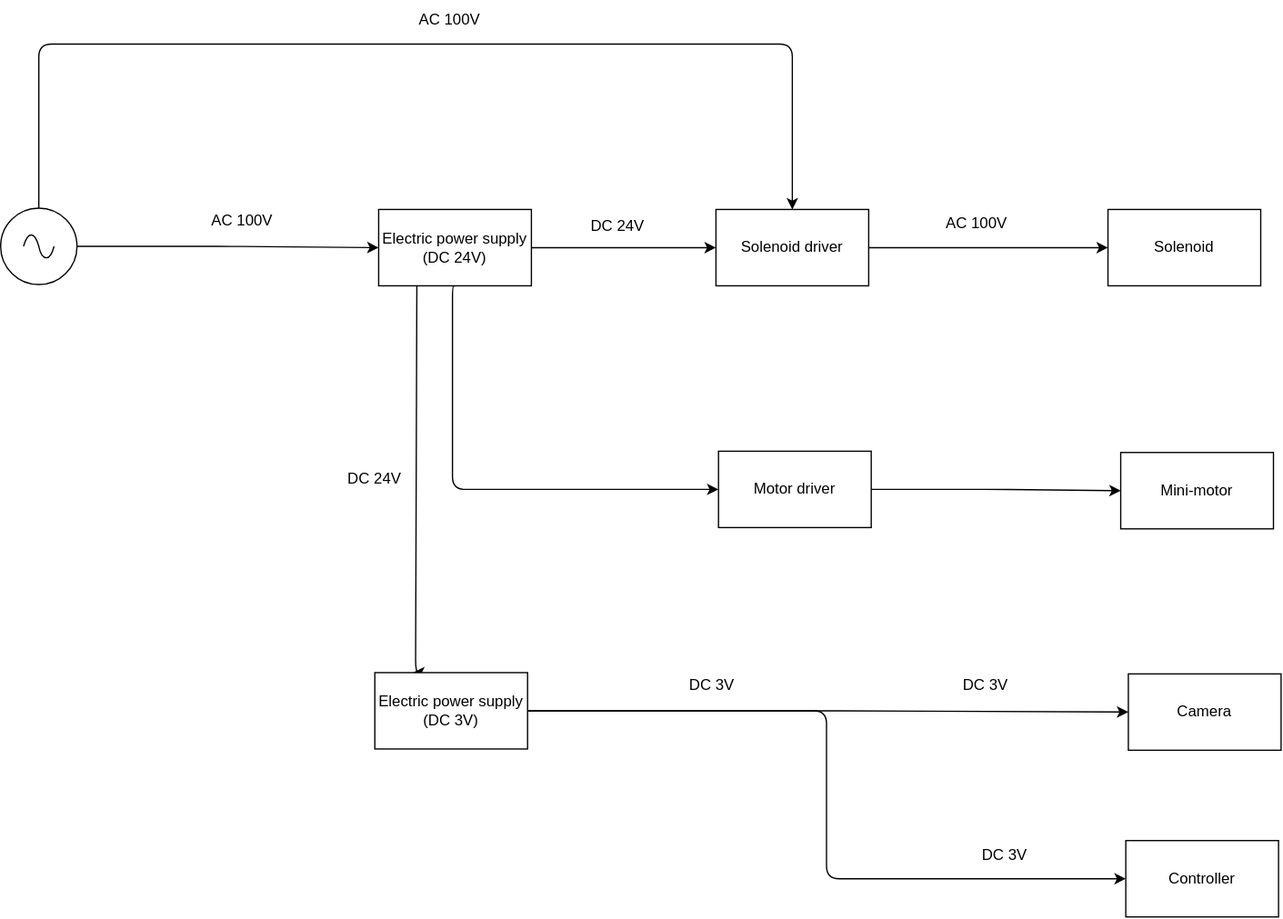
Before: diagrams/electric/one_line/2A-00001.00.00_whole.drawio.svg, a diagram exported from draw.io (sakairi-nobuyuki/Yamamiya_3PM_pjk). Source tidied: cells renumbered, new cells last; positions are measured from the earlier drawing's top-left corner, leaving out a move shared by most shapes. Its diagram source:
```xml
<mxGraphModel>
  <root>
    <mxCell id="0" />
    <mxCell id="1" parent="0" />
    <mxCell id="2" style="edgeStyle=elbowEdgeStyle;html=1;exitX=1;exitY=0.5;exitDx=0;exitDy=0;exitPerimeter=0;entryX=0;entryY=0.5;entryDx=0;entryDy=0;" parent="1" edge="1" source="4" target="16">
      <mxGeometry relative="1" as="geometry" />
    </mxCell>
    <mxCell id="3" style="edgeStyle=elbowEdgeStyle;html=1;exitX=0.5;exitY=0;exitDx=0;exitDy=0;exitPerimeter=0;entryX=0.5;entryY=0;entryDx=0;entryDy=0;" parent="1" edge="1" source="4" target="10">
      <mxGeometry relative="1" as="geometry">
        <Array as="points">
          <mxPoint x="341" y="34" />
        </Array>
      </mxGeometry>
    </mxCell>
    <mxCell id="4" style="verticalLabelPosition=bottom;shadow=0;dashed=0;align=center;html=1;verticalAlign=top;shape=mxgraph.electrical.signal_sources.source;points=[[0.5,0,0],[1,0.5,0],[0.5,1,0],[0,0.5,0]];elSignalType=ac;" parent="1" vertex="1">
      <mxGeometry y="163" width="60" height="60" as="geometry" />
    </mxCell>
    <mxCell id="5" value="Solenoid" style="rounded=0;whiteSpace=wrap;html=1;" parent="1" vertex="1">
      <mxGeometry x="870" y="164" width="120" height="60" as="geometry" />
    </mxCell>
    <mxCell id="6" value="Mini-motor" style="rounded=0;whiteSpace=wrap;html=1;" parent="1" vertex="1">
      <mxGeometry x="880" y="355" width="120" height="60" as="geometry" />
    </mxCell>
    <mxCell id="7" value="Camera" style="rounded=0;whiteSpace=wrap;html=1;" parent="1" vertex="1">
      <mxGeometry x="886" y="529" width="120" height="60" as="geometry" />
    </mxCell>
    <mxCell id="8" value="Controller" style="rounded=0;whiteSpace=wrap;html=1;" parent="1" vertex="1">
      <mxGeometry x="884" y="660" width="120" height="60" as="geometry" />
    </mxCell>
    <mxCell id="9" style="edgeStyle=elbowEdgeStyle;html=1;exitX=1;exitY=0.5;exitDx=0;exitDy=0;entryX=0;entryY=0.5;entryDx=0;entryDy=0;" parent="1" edge="1" source="10" target="5">
      <mxGeometry relative="1" as="geometry" />
    </mxCell>
    <mxCell id="10" value="Solenoid driver" style="rounded=0;whiteSpace=wrap;html=1;" parent="1" vertex="1">
      <mxGeometry x="562" y="164" width="120" height="60" as="geometry" />
    </mxCell>
    <mxCell id="11" style="edgeStyle=elbowEdgeStyle;html=1;exitX=1;exitY=0.5;exitDx=0;exitDy=0;entryX=0;entryY=0.5;entryDx=0;entryDy=0;" parent="1" edge="1" source="12" target="6">
      <mxGeometry relative="1" as="geometry" />
    </mxCell>
    <mxCell id="12" value="Motor driver" style="rounded=0;whiteSpace=wrap;html=1;" parent="1" vertex="1">
      <mxGeometry x="564" y="354" width="120" height="60" as="geometry" />
    </mxCell>
    <mxCell id="13" style="edgeStyle=elbowEdgeStyle;html=1;exitX=1;exitY=0.5;exitDx=0;exitDy=0;entryX=0;entryY=0.5;entryDx=0;entryDy=0;" parent="1" edge="1" source="16" target="10">
      <mxGeometry relative="1" as="geometry" />
    </mxCell>
    <mxCell id="14" style="edgeStyle=elbowEdgeStyle;html=1;exitX=0.5;exitY=1;exitDx=0;exitDy=0;entryX=0;entryY=0.5;entryDx=0;entryDy=0;" parent="1" edge="1" source="16" target="12">
      <mxGeometry relative="1" as="geometry">
        <Array as="points">
          <mxPoint x="355" y="326" />
        </Array>
      </mxGeometry>
    </mxCell>
    <mxCell id="15" style="edgeStyle=elbowEdgeStyle;html=1;exitX=0.25;exitY=1;exitDx=0;exitDy=0;entryX=0.25;entryY=0;entryDx=0;entryDy=0;" parent="1" edge="1" source="16" target="19">
      <mxGeometry relative="1" as="geometry" />
    </mxCell>
    <mxCell id="16" value="Electric power supply&lt;br&gt;(DC 24V)" style="rounded=0;whiteSpace=wrap;html=1;" parent="1" vertex="1">
      <mxGeometry x="297" y="164" width="120" height="60" as="geometry" />
    </mxCell>
    <mxCell id="17" style="edgeStyle=elbowEdgeStyle;html=1;exitX=1;exitY=0.5;exitDx=0;exitDy=0;entryX=0;entryY=0.5;entryDx=0;entryDy=0;" parent="1" edge="1" source="19" target="7">
      <mxGeometry relative="1" as="geometry" />
    </mxCell>
    <mxCell id="18" style="edgeStyle=elbowEdgeStyle;html=1;exitX=1;exitY=0.5;exitDx=0;exitDy=0;entryX=0;entryY=0.5;entryDx=0;entryDy=0;" parent="1" edge="1" source="19" target="8">
      <mxGeometry relative="1" as="geometry" />
    </mxCell>
    <mxCell id="19" value="Electric power supply&lt;br&gt;(DC 3V)" style="rounded=0;whiteSpace=wrap;html=1;" parent="1" vertex="1">
      <mxGeometry x="294" y="528" width="120" height="60" as="geometry" />
    </mxCell>
    <mxCell id="20" value="AC 100V" style="text;html=1;strokeColor=none;fillColor=none;align=center;verticalAlign=middle;whiteSpace=wrap;rounded=0;" parent="1" vertex="1">
      <mxGeometry x="737" y="160" width="60" height="30" as="geometry" />
    </mxCell>
    <mxCell id="21" value="AC 100V" style="text;html=1;strokeColor=none;fillColor=none;align=center;verticalAlign=middle;whiteSpace=wrap;rounded=0;" parent="1" vertex="1">
      <mxGeometry x="323" width="60" height="30" as="geometry" />
    </mxCell>
    <mxCell id="22" value="AC 100V" style="text;html=1;strokeColor=none;fillColor=none;align=center;verticalAlign=middle;whiteSpace=wrap;rounded=0;" parent="1" vertex="1">
      <mxGeometry x="160" y="158" width="60" height="30" as="geometry" />
    </mxCell>
    <mxCell id="23" value="DC 24V" style="text;html=1;strokeColor=none;fillColor=none;align=center;verticalAlign=middle;whiteSpace=wrap;rounded=0;" parent="1" vertex="1">
      <mxGeometry x="455" y="162" width="60" height="30" as="geometry" />
    </mxCell>
    <mxCell id="24" value="DC 24V" style="text;html=1;strokeColor=none;fillColor=none;align=center;verticalAlign=middle;whiteSpace=wrap;rounded=0;" parent="1" vertex="1">
      <mxGeometry x="264" y="361" width="60" height="30" as="geometry" />
    </mxCell>
    <mxCell id="25" value="DC 3V" style="text;html=1;strokeColor=none;fillColor=none;align=center;verticalAlign=middle;whiteSpace=wrap;rounded=0;" parent="1" vertex="1">
      <mxGeometry x="529" y="523" width="60" height="30" as="geometry" />
    </mxCell>
    <mxCell id="26" value="DC 3V" style="text;html=1;strokeColor=none;fillColor=none;align=center;verticalAlign=middle;whiteSpace=wrap;rounded=0;" parent="1" vertex="1">
      <mxGeometry x="744" y="523" width="60" height="30" as="geometry" />
    </mxCell>
    <mxCell id="27" value="DC 3V" style="text;html=1;strokeColor=none;fillColor=none;align=center;verticalAlign=middle;whiteSpace=wrap;rounded=0;" parent="1" vertex="1">
      <mxGeometry x="759" y="657" width="60" height="30" as="geometry" />
    </mxCell>
  </root>
</mxGraphModel>
```
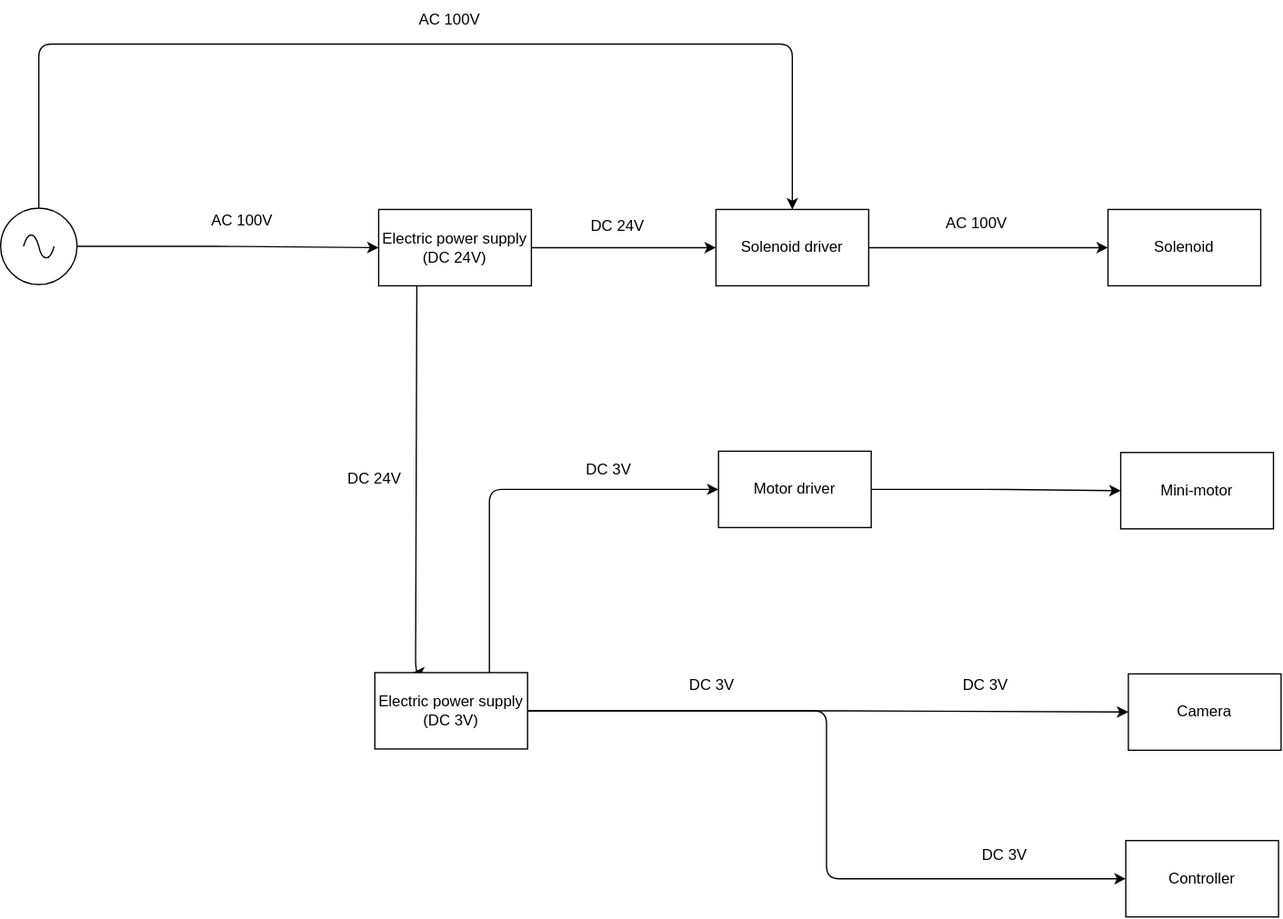
The same diagram one commit later.

Diff of the diagram source:
```diff
@@ -42,13 +42,6 @@
     <mxCell id="13" style="edgeStyle=elbowEdgeStyle;html=1;exitX=1;exitY=0.5;exitDx=0;exitDy=0;entryX=0;entryY=0.5;entryDx=0;entryDy=0;" parent="1" edge="1" source="16" target="10">
       <mxGeometry relative="1" as="geometry" />
     </mxCell>
-    <mxCell id="14" style="edgeStyle=elbowEdgeStyle;html=1;exitX=0.5;exitY=1;exitDx=0;exitDy=0;entryX=0;entryY=0.5;entryDx=0;entryDy=0;" parent="1" edge="1" source="16" target="12">
-      <mxGeometry relative="1" as="geometry">
-        <Array as="points">
-          <mxPoint x="355" y="326" />
-        </Array>
-      </mxGeometry>
-    </mxCell>
     <mxCell id="15" style="edgeStyle=elbowEdgeStyle;html=1;exitX=0.25;exitY=1;exitDx=0;exitDy=0;entryX=0.25;entryY=0;entryDx=0;entryDy=0;" parent="1" edge="1" source="16" target="19">
       <mxGeometry relative="1" as="geometry" />
     </mxCell>
@@ -61,6 +54,9 @@
     <mxCell id="18" style="edgeStyle=elbowEdgeStyle;html=1;exitX=1;exitY=0.5;exitDx=0;exitDy=0;entryX=0;entryY=0.5;entryDx=0;entryDy=0;" parent="1" edge="1" source="19" target="8">
       <mxGeometry relative="1" as="geometry" />
     </mxCell>
+    <mxCell id="28" style="edgeStyle=orthogonalEdgeStyle;html=1;exitX=0.75;exitY=0;exitDx=0;exitDy=0;entryX=0;entryY=0.5;entryDx=0;entryDy=0;" parent="1" edge="1" source="19" target="12">
+      <mxGeometry relative="1" as="geometry" />
+    </mxCell>
     <mxCell id="19" value="Electric power supply&lt;br&gt;(DC 3V)" style="rounded=0;whiteSpace=wrap;html=1;" parent="1" vertex="1">
       <mxGeometry x="294" y="528" width="120" height="60" as="geometry" />
     </mxCell>
@@ -88,5 +84,8 @@
     <mxCell id="27" value="DC 3V" style="text;html=1;strokeColor=none;fillColor=none;align=center;verticalAlign=middle;whiteSpace=wrap;rounded=0;" parent="1" vertex="1">
       <mxGeometry x="759" y="657" width="60" height="30" as="geometry" />
     </mxCell>
+    <mxCell id="29" value="DC 3V" style="text;html=1;strokeColor=none;fillColor=none;align=center;verticalAlign=middle;whiteSpace=wrap;rounded=0;" parent="1" vertex="1">
+      <mxGeometry x="448" y="354" width="60" height="30" as="geometry" />
+    </mxCell>
   </root>
 </mxGraphModel>
```
